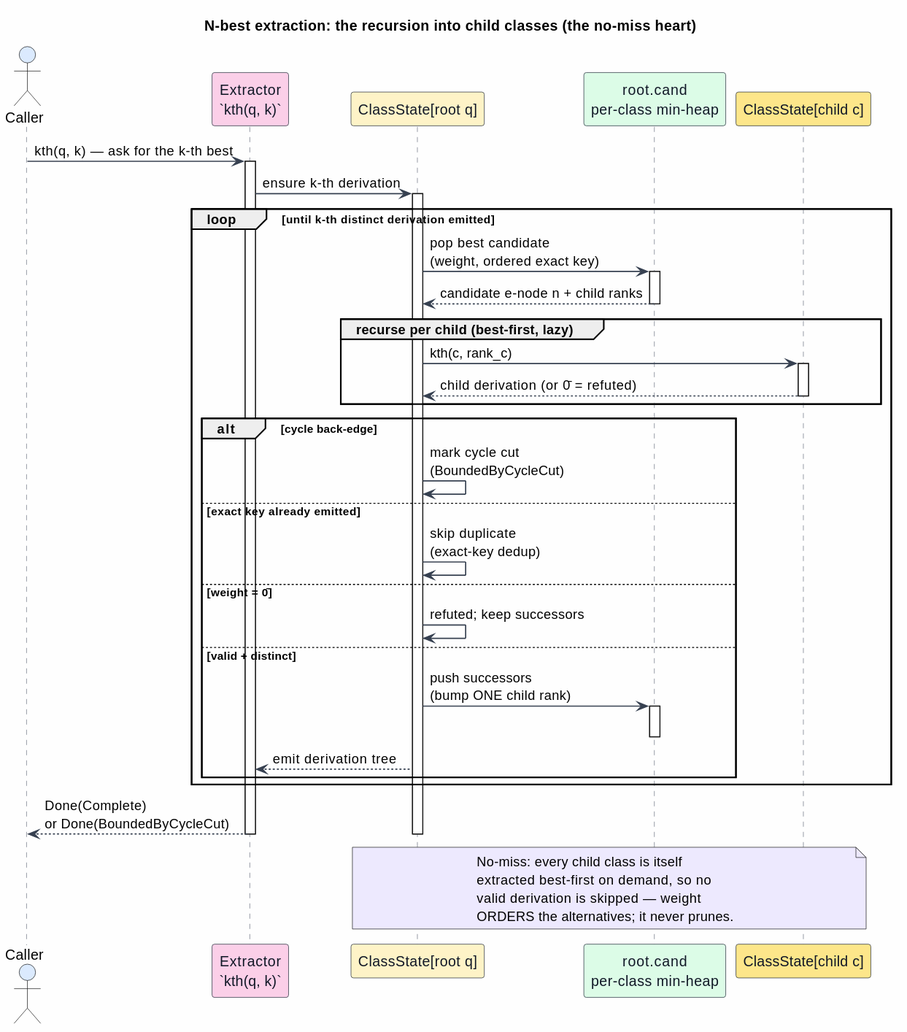
Earlier version of the PlantUML export docs/architecture/dovetail/figures/05-extraction-sequence.svg (F1R3FLY-io/mettail-rust).
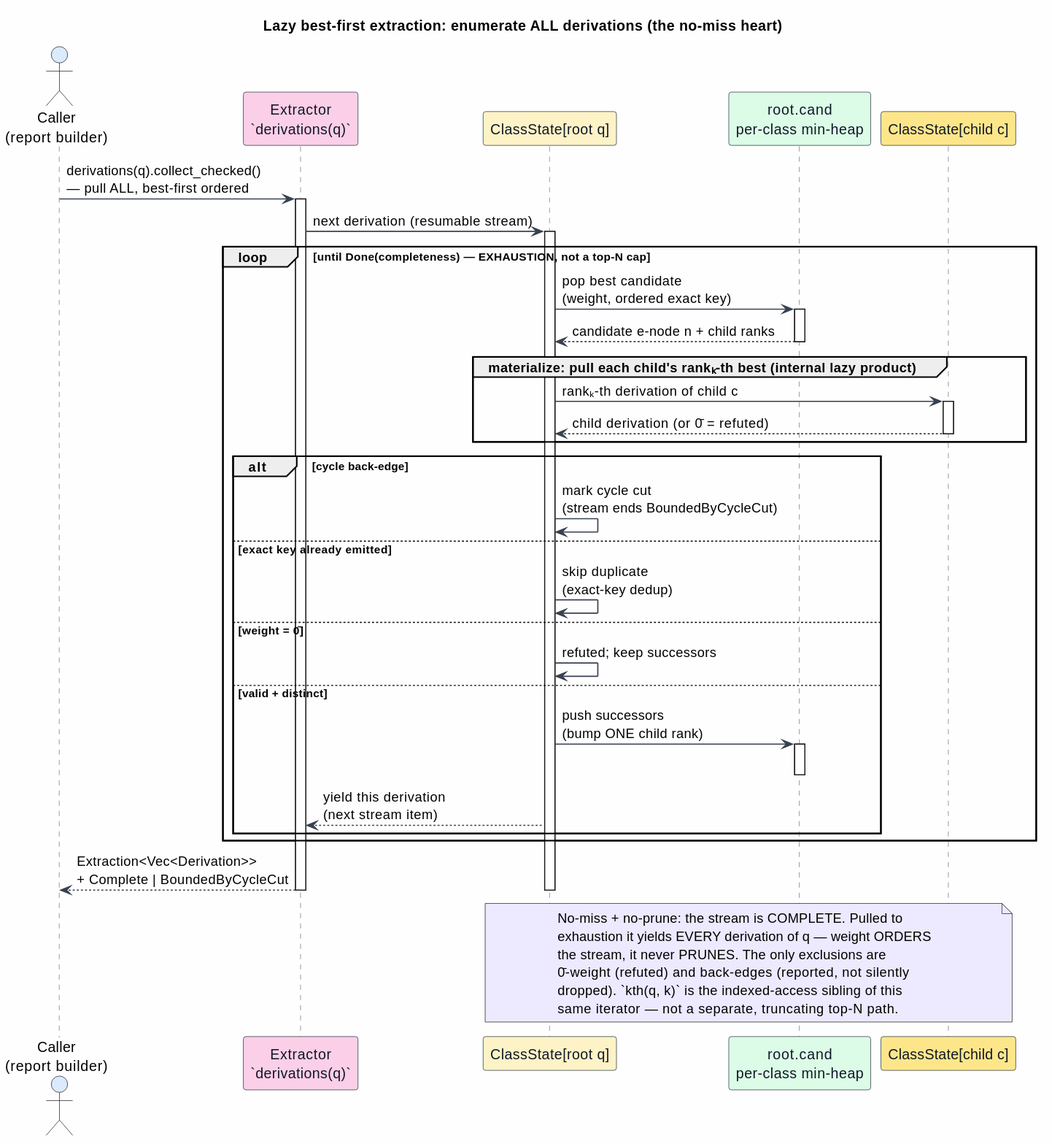
Later version of the same file.

Commit message:
Fix extraction-sequence diagram: complete lazy enumeration, not top-N

The edit, as a diff of the source:
```diff
@@ -1,5 +1,5 @@
 @startuml
-title N-best extraction: the recursion into child classes (the no-miss heart)
+title Lazy best-first extraction: enumerate ALL derivations (the no-miss heart)
 
 skinparam backgroundColor #FEFEFE
 skinparam shadowing false
@@ -11,32 +11,32 @@
   ParticipantFontColor #111827
 }
 
-actor "Caller" as caller #DBEAFE
-participant "Extractor\n`kth(q, k)`" as ex #FBCFE8
+actor "Caller\n(report builder)" as caller #DBEAFE
+participant "Extractor\n`derivations(q)`" as ex #FBCFE8
 participant "ClassState[root q]" as root #FEF3C7
 participant "root.cand\nper-class min-heap" as heap #DCFCE7
 participant "ClassState[child c]" as child #FDE68A
 
-caller -> ex : kth(q, k)  — ask for the k-th best
+caller -> ex : derivations(q).collect_checked()\n— pull ALL, best-first ordered
 activate ex
-ex -> root : ensure k-th derivation
+ex -> root : next derivation (resumable stream)
 activate root
 
-loop until k-th distinct derivation emitted
+loop until Done(completeness)  — EXHAUSTION, not a top-N cap
   root -> heap : pop best candidate\n(weight, ordered exact key)
   activate heap
   heap --> root : candidate e-node n + child ranks
   deactivate heap
 
-  group recurse per child (best-first, lazy)
-    root -> child : kth(c, rank_c)
+  group materialize: pull each child's rankₖ-th best (internal lazy product)
+    root -> child : rankₖ-th derivation of child c
     activate child
     child --> root : child derivation  (or 0̄ = refuted)
     deactivate child
   end
 
   alt cycle back-edge
-    root -> root : mark cycle cut\n(BoundedByCycleCut)
+    root -> root : mark cycle cut\n(stream ends BoundedByCycleCut)
   else exact key already emitted
     root -> root : skip duplicate\n(exact-key dedup)
   else weight = 0̄
@@ -45,18 +45,20 @@
     root -> heap : push successors\n(bump ONE child rank)
     activate heap
     deactivate heap
-    root --> ex : emit derivation tree
+    root --> ex : yield this derivation\n(next stream item)
   end
 end
 
-ex --> caller : Done(Complete)\nor Done(BoundedByCycleCut)
+ex --> caller : Extraction<Vec<Derivation>>\n+ Complete | BoundedByCycleCut
 deactivate root
 deactivate ex
 
 note over root, child #EDE9FE
-  No-miss: every child class is itself
-  extracted best-first on demand, so no
-  valid derivation is skipped — weight
-  ORDERS the alternatives; it never prunes.
+  No-miss + no-prune: the stream is COMPLETE. Pulled to
+  exhaustion it yields EVERY derivation of q — weight ORDERS
+  the stream, it never PRUNES. The only exclusions are
+  0̄-weight (refuted) and back-edges (reported, not silently
+  dropped). `kth(q, k)` is the indexed-access sibling of this
+  same iterator — not a separate, truncating top-N path.
 end note
 @enduml
```
